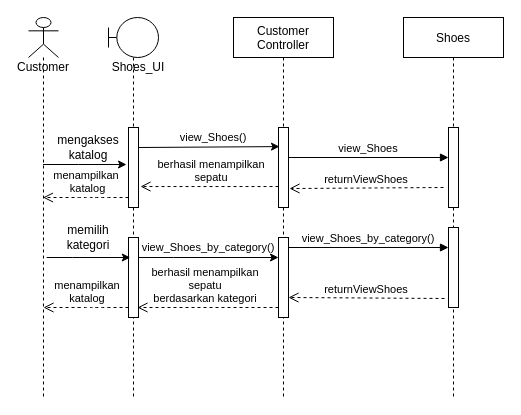
The draw.io diagram Diagram Tanpa Judul.drawio in nadiatiaraa/classdiagramsepatu, before the edit. Source tidied: cells renumbered, new cells numbered last; positions are measured from the earlier drawing's top-left corner, leaving out a move shared by most shapes. Both pictures are drawn from the tidied source at 100%, with x=0, y=0 at pixel (23, 17).
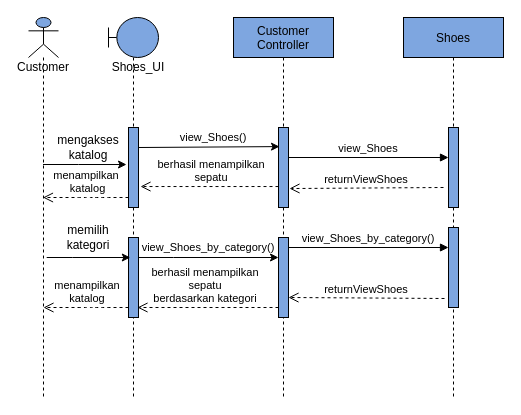
Above is the later version.

Commit message:
pencarian seoatu

What changed in the source:
```diff
@@
-    <mxCell id="2" value="Customer&#10;Controller" style="shape=umlLifeline;perimeter=lifelinePerimeter;rounded=0;shadow=0;strokeWidth=1;" parent="1" vertex="1">
+    <mxCell id="2" value="Customer&#10;Controller" style="shape=umlLifeline;perimeter=lifelinePerimeter;rounded=0;shadow=0;strokeWidth=1;fillColor=#7EA6E0;" parent="1" vertex="1">
       <mxGeometry x="210" width="100" height="380" as="geometry" />
     </mxCell>
-    <mxCell id="3" style="html=1;perimeter=orthogonalPerimeter;" parent="2" vertex="1">
+    <mxCell id="3" style="html=1;perimeter=orthogonalPerimeter;fillColor=#7EA6E0;" parent="2" vertex="1">
       <mxGeometry x="45" y="220" width="10" height="80" as="geometry" />
     </mxCell>
-    <mxCell id="4" value="Shoes" style="shape=umlLifeline;perimeter=lifelinePerimeter;rounded=0;shadow=0;strokeWidth=1;" parent="1" vertex="1">
+    <mxCell id="4" value="Shoes" style="shape=umlLifeline;perimeter=lifelinePerimeter;rounded=0;shadow=0;strokeWidth=1;fillColor=#7EA6E0;" parent="1" vertex="1">
       <mxGeometry x="380" width="100" height="380" as="geometry" />
     </mxCell>
-    <mxCell id="5" style="html=1;perimeter=orthogonalPerimeter;" parent="4" vertex="1">
+    <mxCell id="5" style="html=1;perimeter=orthogonalPerimeter;fillColor=#7EA6E0;" parent="4" vertex="1">
       <mxGeometry x="45" y="110" width="10" height="80" as="geometry" />
     </mxCell>
-    <mxCell id="6" style="html=1;points=[];perimeter=orthogonalPerimeter;" parent="4" vertex="1">
+    <mxCell id="6" style="html=1;points=[];perimeter=orthogonalPerimeter;fillColor=#7EA6E0;" parent="4" vertex="1">
       <mxGeometry x="45" y="210" width="10" height="80" as="geometry" />
     </mxCell>
@@
-    <mxCell id="9" style="shape=umlLifeline;participant=umlBoundary;perimeter=lifelinePerimeter;whiteSpace=wrap;html=1;verticalAlign=top;spacingTop=36;" parent="1" vertex="1">
+    <mxCell id="9" style="shape=umlLifeline;participant=umlBoundary;perimeter=lifelinePerimeter;whiteSpace=wrap;html=1;verticalAlign=top;spacingTop=36;fillColor=#7EA6E0;" parent="1" vertex="1">
       <mxGeometry x="85" width="50" height="380" as="geometry" />
     </mxCell>
-    <mxCell id="10" style="html=1;points=[];perimeter=orthogonalPerimeter;" parent="9" vertex="1">
+    <mxCell id="10" style="html=1;points=[];perimeter=orthogonalPerimeter;fillColor=#7EA6E0;" parent="9" vertex="1">
       <mxGeometry x="20" y="110" width="10" height="80" as="geometry" />
     </mxCell>
-    <mxCell id="11" style="html=1;points=[];perimeter=orthogonalPerimeter;" parent="9" vertex="1">
+    <mxCell id="11" style="html=1;points=[];perimeter=orthogonalPerimeter;fillColor=#7EA6E0;" parent="9" vertex="1">
       <mxGeometry x="20" y="220" width="10" height="80" as="geometry" />
     </mxCell>
@@
-    <mxCell id="13" style="shape=umlLifeline;participant=umlActor;perimeter=lifelinePerimeter;whiteSpace=wrap;html=1;verticalAlign=top;spacingTop=36;outlineConnect=0;" parent="1" vertex="1">
+    <mxCell id="13" style="shape=umlLifeline;participant=umlActor;perimeter=lifelinePerimeter;whiteSpace=wrap;html=1;verticalAlign=top;spacingTop=36;outlineConnect=0;fillColor=#7EA6E0;" parent="1" vertex="1">
       <mxGeometry x="5" width="30" height="380" as="geometry" />
     </mxCell>
@@
-    <mxCell id="23" style="html=1;points=[];perimeter=orthogonalPerimeter;" parent="1" vertex="1">
+    <mxCell id="23" style="html=1;points=[];perimeter=orthogonalPerimeter;fillColor=#7EA6E0;" parent="1" vertex="1">
       <mxGeometry x="255" y="110" width="10" height="80" as="geometry" />
     </mxCell>
```
